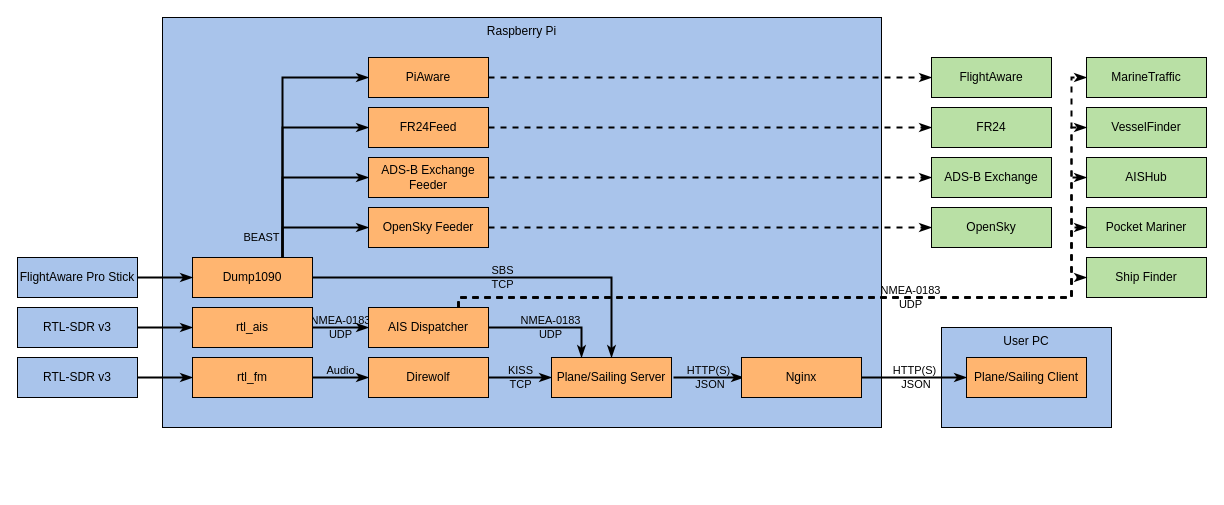
ianrenton/ianrenton.com keeps this draw.io diagram as page "Software and Data Flow" (3 of 3) of hardware/planesailing/arch.drawio. Above is the earlier version. Source tidied: cells renumbered, new cells numbered last; positions are measured from the earlier drawing's top-left corner, leaving out a move shared by most shapes. Both pictures are drawn from the tidied source at 100%, with x=0, y=0 at pixel (17, 17).
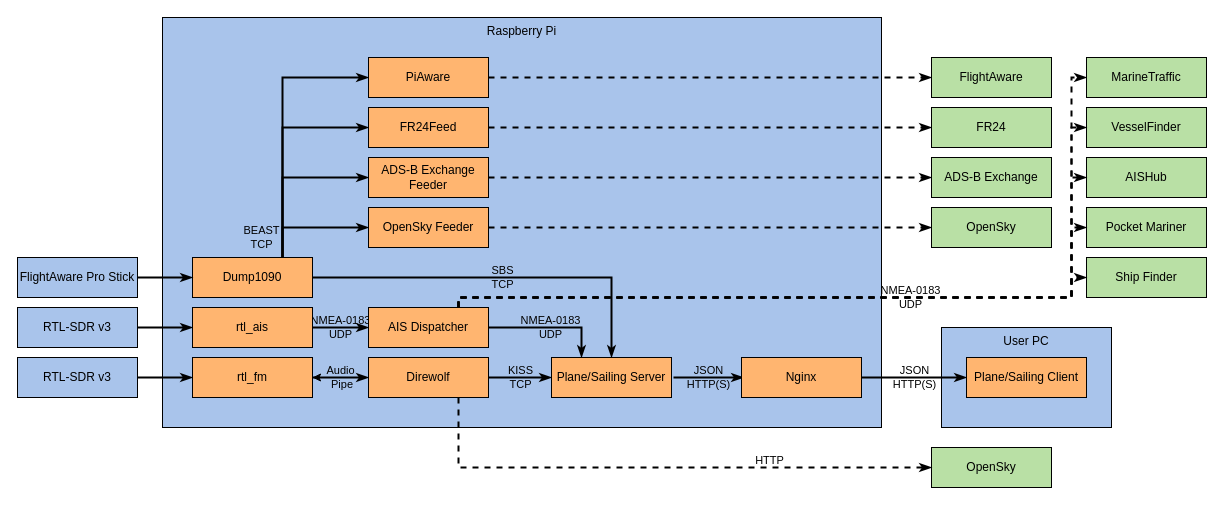
After the change.

Unchanged cells that the change refers to:
```xml
<mxCell id="14" value="Dump1090" style="rounded=0;whiteSpace=wrap;html=1;fillColor=#FFB570;" parent="1" vertex="1">
  <mxGeometry x="175" y="240" width="120" height="40" as="geometry" />
</mxCell>
<mxCell id="18" value="rtl_fm" style="rounded=0;whiteSpace=wrap;html=1;fillColor=#FFB570;" parent="1" vertex="1">
  <mxGeometry x="175" y="340" width="120" height="40" as="geometry" />
</mxCell>
<mxCell id="23" value="Direwolf" style="rounded=0;whiteSpace=wrap;html=1;fillColor=#FFB570;" parent="1" vertex="1">
  <mxGeometry x="351" y="340" width="120" height="40" as="geometry" />
</mxCell>
<mxCell id="27" value="OpenSky Feeder" style="rounded=0;whiteSpace=wrap;html=1;fillColor=#FFB570;" parent="1" vertex="1">
  <mxGeometry x="351" y="190" width="120" height="40" as="geometry" />
</mxCell>
<mxCell id="35" value="&lt;div&gt;Nginx&lt;/div&gt;" style="rounded=0;whiteSpace=wrap;html=1;fillColor=#FFB570;" parent="1" vertex="1">
  <mxGeometry x="724" y="340" width="120" height="40" as="geometry" />
</mxCell>
<mxCell id="37" value="Plane/Sailing Client" style="rounded=0;whiteSpace=wrap;html=1;fillColor=#FFB570;" parent="1" vertex="1">
  <mxGeometry x="949" y="340" width="120" height="40" as="geometry" />
</mxCell>
```

What changed in the source:
```diff
@@
-    <mxCell id="12" value="BEAST" style="edgeStyle=orthogonalEdgeStyle;rounded=0;jettySize=auto;html=1;exitX=0.75;exitY=0;exitDx=0;exitDy=0;entryX=0;entryY=0.5;entryDx=0;entryDy=0;endArrow=classicThin;endFill=1;strokeWidth=2;labelBackgroundColor=none;" parent="1" edge="1" source="14" target="27">
+    <mxCell id="12" value="&lt;div&gt;BEAST&lt;/div&gt;TCP" style="edgeStyle=orthogonalEdgeStyle;rounded=0;jettySize=auto;html=1;exitX=0.75;exitY=0;exitDx=0;exitDy=0;entryX=0;entryY=0.5;entryDx=0;entryDy=0;endArrow=classicThin;endFill=1;strokeWidth=2;labelBackgroundColor=none;" parent="1" edge="1" source="14" target="27">
       <mxGeometry x="-0.66" y="21" relative="1" as="geometry" />
     </mxCell>
@@
-    <mxCell id="17" value="&lt;div&gt;Audio&lt;/div&gt;&lt;div&gt;&amp;nbsp;&lt;br&gt;&lt;/div&gt;" style="edgeStyle=orthogonalEdgeStyle;rounded=0;jettySize=auto;html=1;exitX=1;exitY=0.5;exitDx=0;exitDy=0;entryX=0;entryY=0.5;entryDx=0;entryDy=0;endArrow=classicThin;endFill=1;strokeWidth=2;labelBackgroundColor=none;" parent="1" edge="1" source="18" target="23">
+    <mxCell id="17" value="&lt;div&gt;Audio&lt;/div&gt;&lt;div&gt;&amp;nbsp;Pipe&lt;/div&gt;" style="edgeStyle=orthogonalEdgeStyle;rounded=0;jettySize=auto;html=1;exitX=1;exitY=0.5;exitDx=0;exitDy=0;entryX=0;entryY=0.5;entryDx=0;entryDy=0;endArrow=classicThin;endFill=1;strokeWidth=2;labelBackgroundColor=none;" parent="1" edge="1" source="18" target="23">
       <mxGeometry relative="1" as="geometry" />
     </mxCell>
@@
+    <mxCell id="52" style="edgeStyle=orthogonalEdgeStyle;rounded=0;jettySize=auto;html=1;" parent="1" edge="1" source="23" target="18">
+      <mxGeometry relative="1" as="geometry" />
+    </mxCell>
@@
-    <mxCell id="32" value="&lt;div&gt;HTTP(S)&lt;/div&gt;&lt;div&gt;&amp;nbsp;JSON&lt;br&gt;&lt;/div&gt;" style="edgeStyle=orthogonalEdgeStyle;rounded=0;orthogonalLoop=1;jettySize=auto;html=1;exitX=1;exitY=0.5;exitDx=0;exitDy=0;entryX=0;entryY=0.5;entryDx=0;entryDy=0;endArrow=classicThin;endFill=1;strokeWidth=2;labelBackgroundColor=none;" parent="1" edge="1">
+    <mxCell id="32" value="&lt;div&gt;JSON&lt;/div&gt;&lt;div&gt;HTTP(S)&lt;br&gt;&lt;/div&gt;" style="edgeStyle=orthogonalEdgeStyle;rounded=0;orthogonalLoop=1;jettySize=auto;html=1;exitX=1;exitY=0.5;exitDx=0;exitDy=0;entryX=0;entryY=0.5;entryDx=0;entryDy=0;endArrow=classicThin;endFill=1;strokeWidth=2;labelBackgroundColor=none;" parent="1" edge="1">
       <mxGeometry relative="1" as="geometry">
         <mxPoint x="656" y="360" as="sourcePoint" />
         <mxPoint x="726" y="360" as="targetPoint" />
       </mxGeometry>
     </mxCell>
@@
-    <mxCell id="34" value="&lt;div&gt;HTTP(S)&lt;/div&gt;&lt;div&gt;&amp;nbsp;JSON&lt;br&gt;&lt;/div&gt;" style="edgeStyle=orthogonalEdgeStyle;rounded=0;jettySize=auto;html=1;exitX=1;exitY=0.5;exitDx=0;exitDy=0;entryX=0;entryY=0.5;entryDx=0;entryDy=0;endArrow=classicThin;endFill=1;strokeWidth=2;labelBackgroundColor=none;" parent="1" edge="1" source="35" target="37">
+    <mxCell id="34" value="&lt;div&gt;JSON&lt;/div&gt;&lt;div&gt;HTTP(S)&lt;br&gt;&lt;/div&gt;" style="edgeStyle=orthogonalEdgeStyle;rounded=0;jettySize=auto;html=1;exitX=1;exitY=0.5;exitDx=0;exitDy=0;entryX=0;entryY=0.5;entryDx=0;entryDy=0;endArrow=classicThin;endFill=1;strokeWidth=2;labelBackgroundColor=none;" parent="1" edge="1" source="35" target="37">
       <mxGeometry relative="1" as="geometry" />
     </mxCell>
@@
+    <mxCell id="53" value="OpenSky" style="rounded=0;whiteSpace=wrap;html=1;fillColor=#B9E0A5;" parent="1" vertex="1">
+      <mxGeometry x="914" y="430" width="120" height="40" as="geometry" />
+    </mxCell>
+    <mxCell id="54" style="edgeStyle=orthogonalEdgeStyle;rounded=0;jettySize=auto;html=1;exitX=0.75;exitY=1;exitDx=0;exitDy=0;dashed=1;labelBackgroundColor=none;endArrow=classicThin;endFill=1;strokeWidth=2;" parent="1" edge="1" source="23">
+      <mxGeometry relative="1" as="geometry">
+        <mxPoint x="914" y="450" as="targetPoint" />
+        <Array as="points">
+          <mxPoint x="441" y="450" />
+        </Array>
+      </mxGeometry>
+    </mxCell>
+    <mxCell id="55" value="&lt;div&gt;HTTP&lt;/div&gt;&lt;div&gt;&lt;br&gt;&lt;/div&gt;" style="edgeLabel;html=1;align=center;verticalAlign=middle;labelBackgroundColor=none;" parent="54" vertex="1">
+      <mxGeometry x="0.4" y="1" relative="1" as="geometry" />
+    </mxCell>
```
